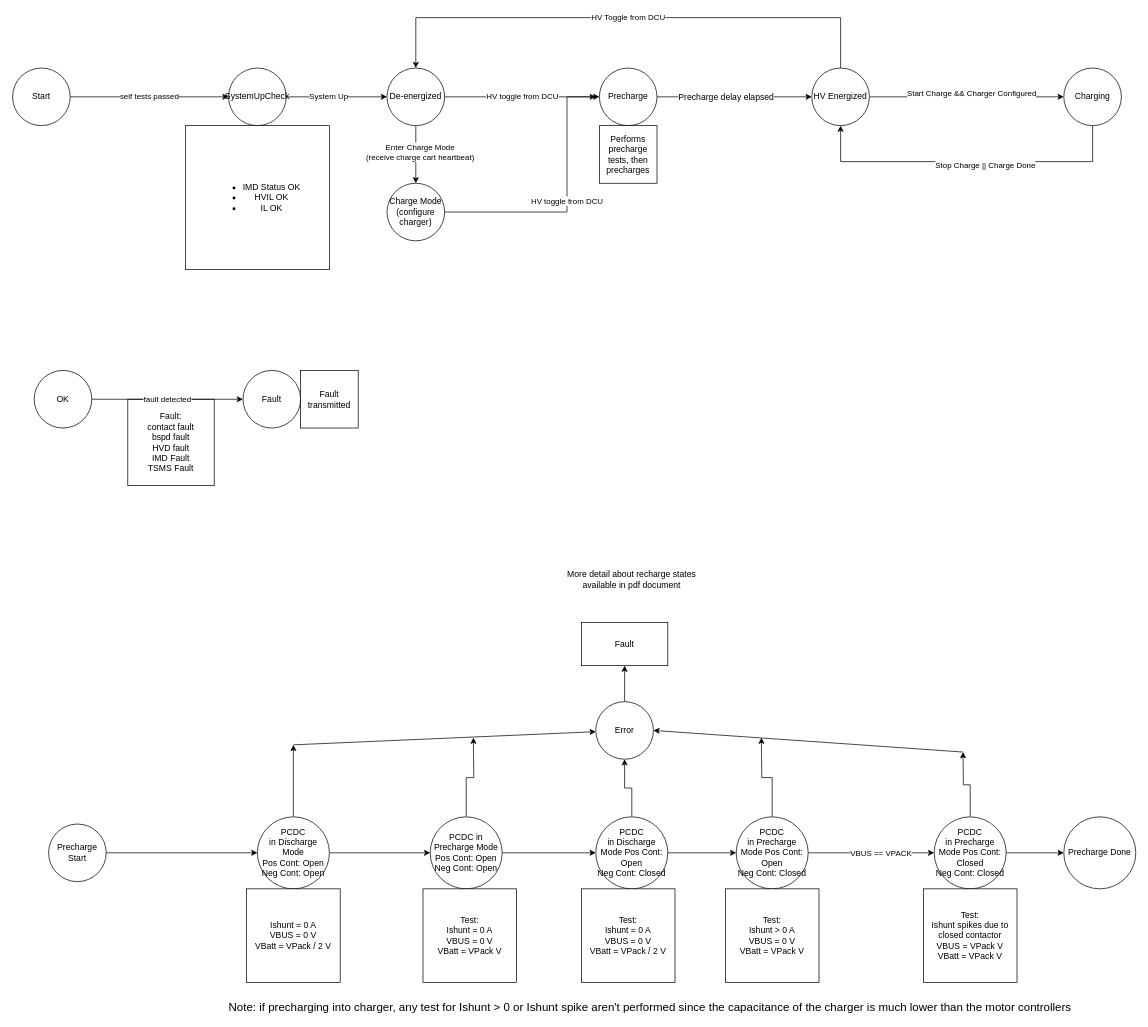
Before: Docs/state-machines/BMU.drawio in UWaterloo-Formula-Electric/firmware, a draw.io diagram. Source tidied: cells renumbered, new cells numbered last; positions are measured from the earlier drawing's top-left corner, leaving out a move shared by most shapes. Both pictures are drawn from the tidied source at 72%, with x=0, y=0 at pixel (12, 17).
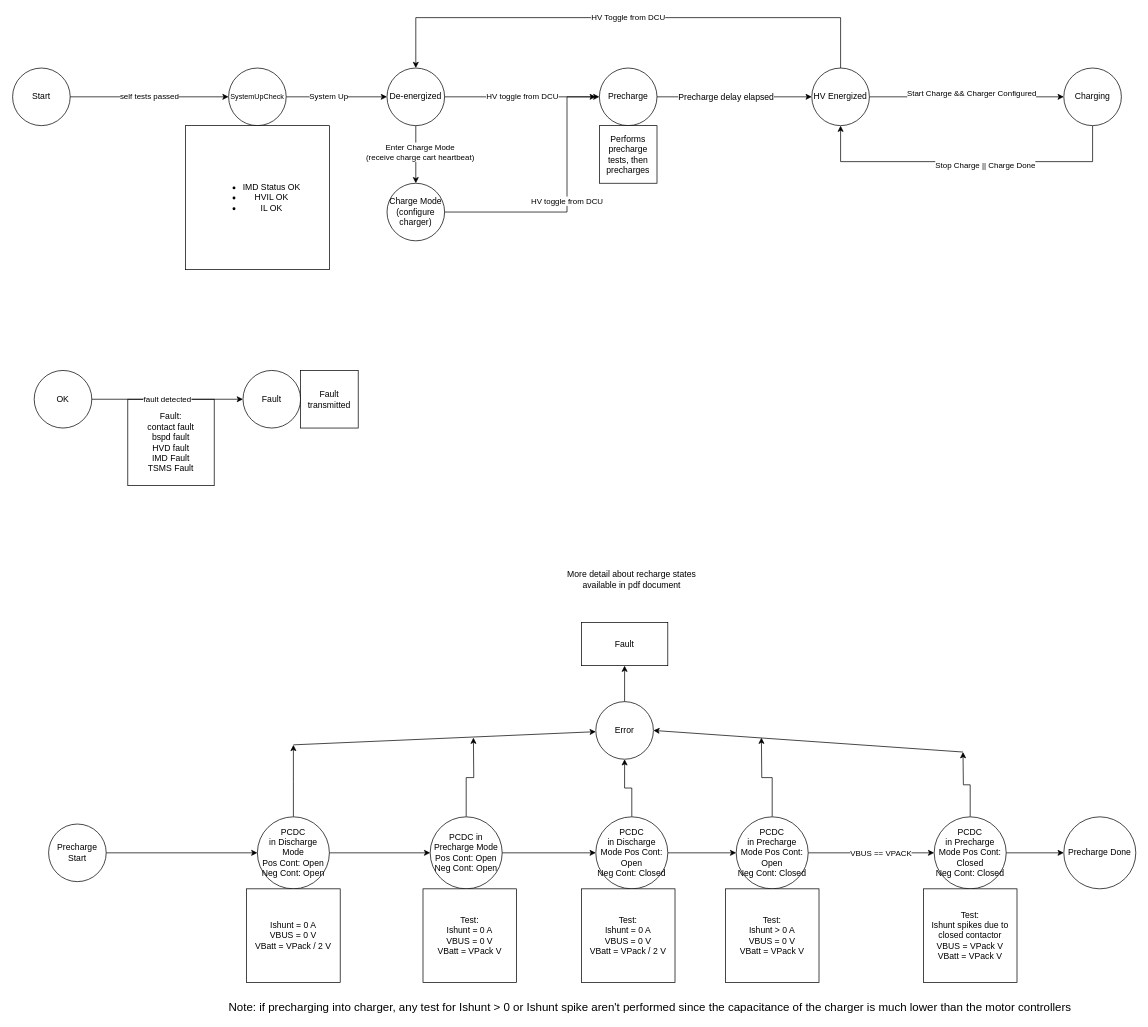
The same page after the edit.

Commit message (it also covers changes not shown here):
Add exported diagram to the state machine folder`

What changed in the source:
```diff
@@
-    <mxCell id="21" value="SystemUpCheck" style="ellipse;whiteSpace=wrap;html=1;" parent="1" vertex="1">
+    <mxCell id="21" value="&lt;font style=&quot;font-size: 10px&quot;&gt;SystemUpCheck&lt;/font&gt;" style="ellipse;whiteSpace=wrap;html=1;" parent="1" vertex="1">
       <mxGeometry x="300" y="70" width="80" height="80" as="geometry" />
     </mxCell>
```
